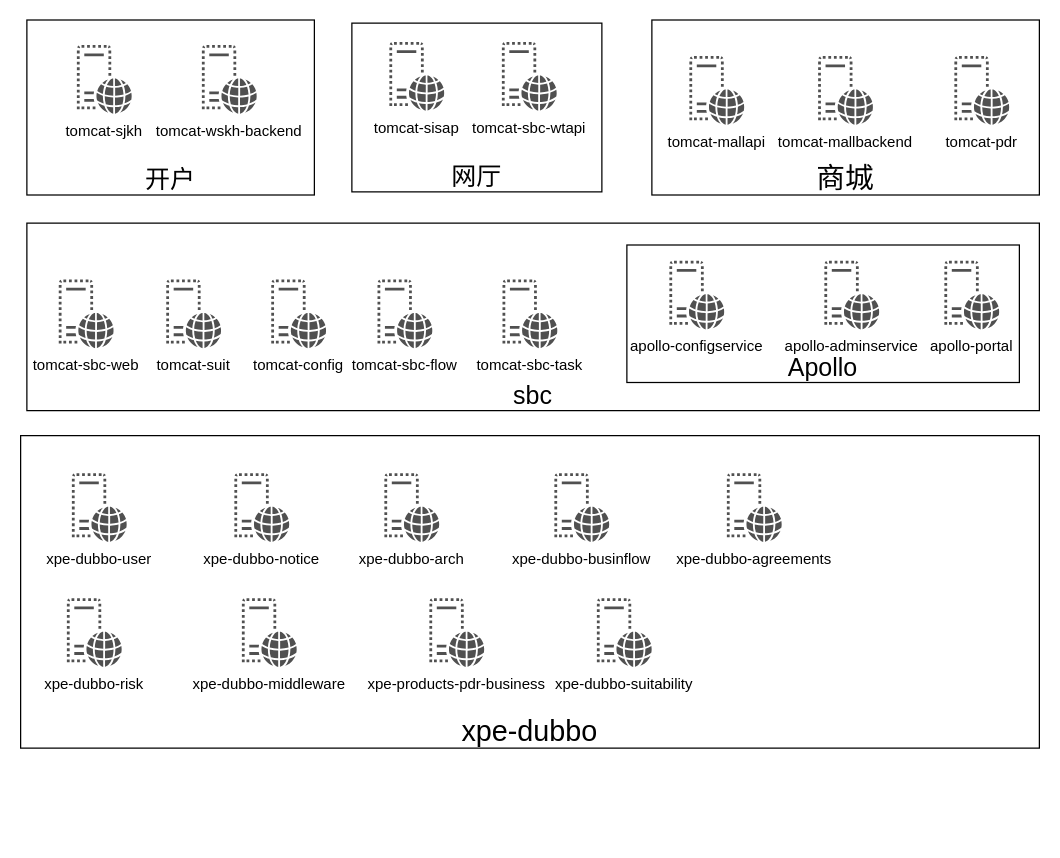
Above: page "仿真环境系统逻辑图" (6 of 6) of 财人汇物理.drawio in chengs2035/draw.io (draw.io), before the change. Source tidied: cells renumbered, new cells numbered last; positions are measured from the earlier drawing's top-left corner, leaving out a move shared by most shapes. Both pictures are drawn from the tidied source at 125%, with x=0, y=0 at pixel (20, 20).
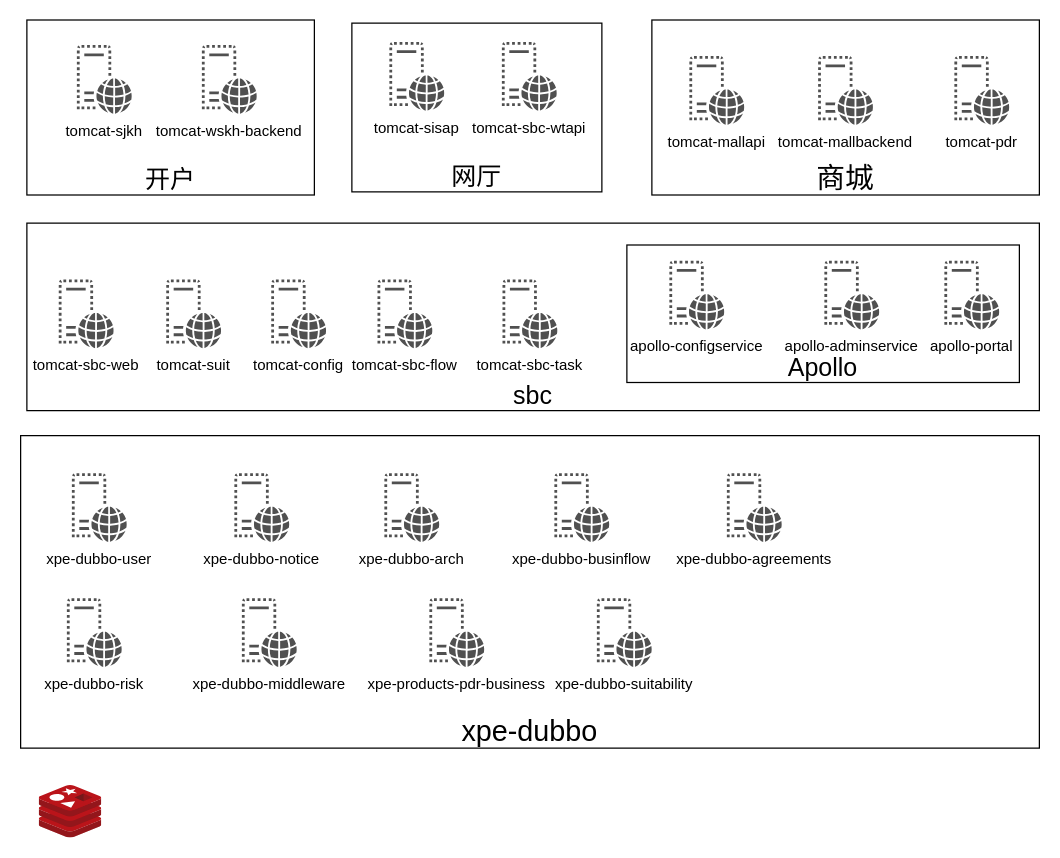
After the change.

Commit message (it also covers changes not shown here):
更新财人汇物理.drawio

The edit, as a diff of the source:
```diff
@@
+    <mxCell id="37" style="sketch=0;align=center;image;fontSize=12;image=img/lib/mscae/Cache_Redis_Product.svg;" parent="1" vertex="1">
+      <mxGeometry x="15" y="612" width="50" height="42" as="geometry" />
+    </mxCell>
```
